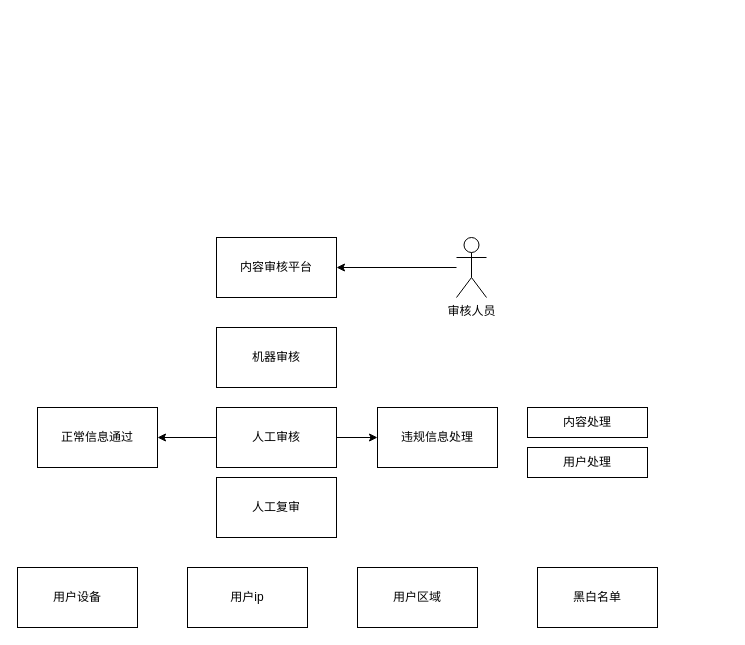
This is 系统架构.drawio from joeytang/imgs, a draw.io file, before an edit. Source tidied: cells renumbered, new cells numbered last; positions are measured from the earlier drawing's top-left corner, leaving out a move shared by most shapes. Both pictures are drawn from the tidied source at 100%, with x=0, y=0 at pixel (17, 237).
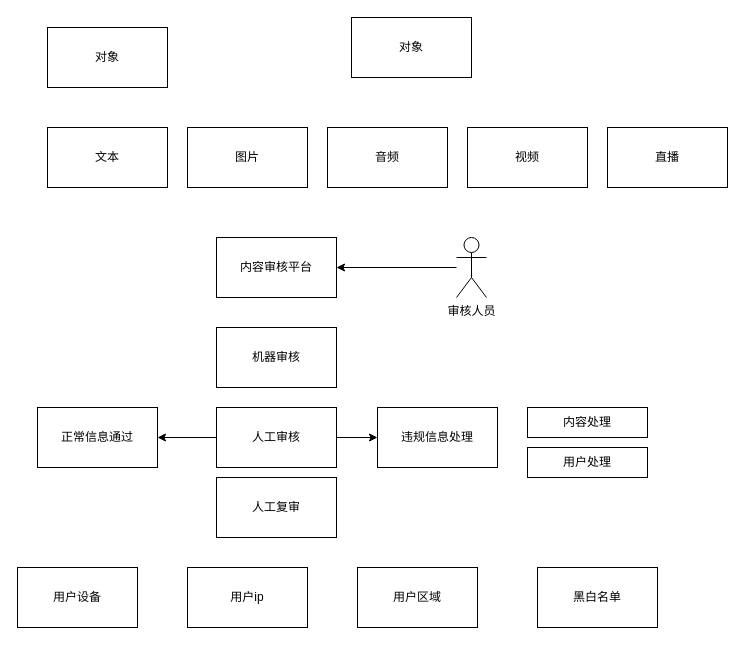
The same page after the edit.

What changed in the source:
```diff
@@
+    <mxCell id="18" value="文本" style="rounded=0;whiteSpace=wrap;html=1;" parent="1" vertex="1">
+      <mxGeometry x="30" y="-110" width="120" height="60" as="geometry" />
+    </mxCell>
+    <mxCell id="19" value="图片" style="rounded=0;whiteSpace=wrap;html=1;" parent="1" vertex="1">
+      <mxGeometry x="170" y="-110" width="120" height="60" as="geometry" />
+    </mxCell>
+    <mxCell id="20" value="音频" style="rounded=0;whiteSpace=wrap;html=1;" parent="1" vertex="1">
+      <mxGeometry x="310" y="-110" width="120" height="60" as="geometry" />
+    </mxCell>
+    <mxCell id="21" value="视频" style="rounded=0;whiteSpace=wrap;html=1;" parent="1" vertex="1">
+      <mxGeometry x="450" y="-110" width="120" height="60" as="geometry" />
+    </mxCell>
+    <mxCell id="22" value="对象" style="rounded=0;whiteSpace=wrap;html=1;" parent="1" vertex="1">
+      <mxGeometry x="30" y="-210" width="120" height="60" as="geometry" />
+    </mxCell>
+    <mxCell id="23" value="对象" style="rounded=0;whiteSpace=wrap;html=1;" parent="1" vertex="1">
+      <mxGeometry x="334" y="-220" width="120" height="60" as="geometry" />
+    </mxCell>
+    <mxCell id="24" value="直播" style="rounded=0;whiteSpace=wrap;html=1;" parent="1" vertex="1">
+      <mxGeometry x="590" y="-110" width="120" height="60" as="geometry" />
+    </mxCell>
```
